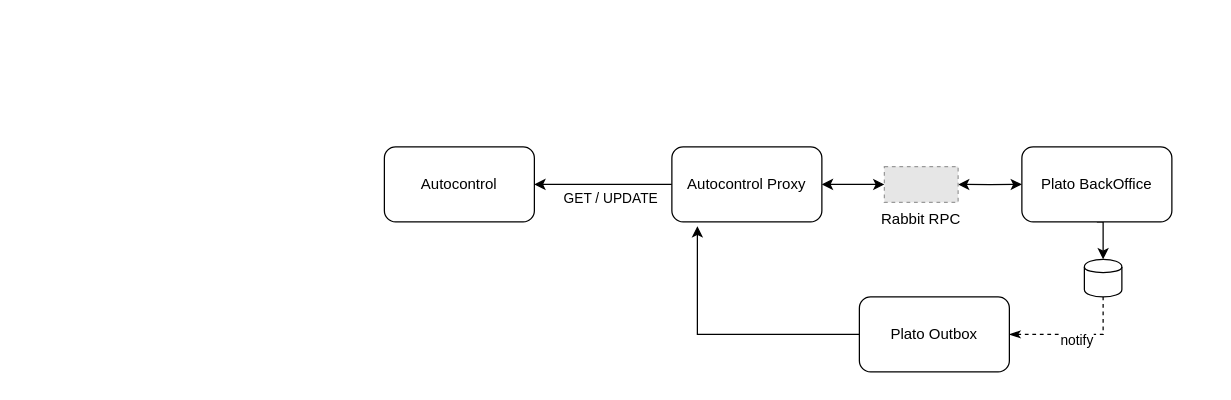
Before: src/docs/asciidoc/architecture/diagrams/MixRPCEvent.drawio in jv-it-io/archi-documentation, a draw.io diagram. Source tidied: cells renumbered, new cells numbered last; positions are measured from the earlier drawing's top-left corner, leaving out a move shared by most shapes. Both pictures are drawn from the tidied source at 125%, with x=0, y=0 at pixel (384, 146). Pictures stored in the file or linked from it are replaced by grey dashed boxes.
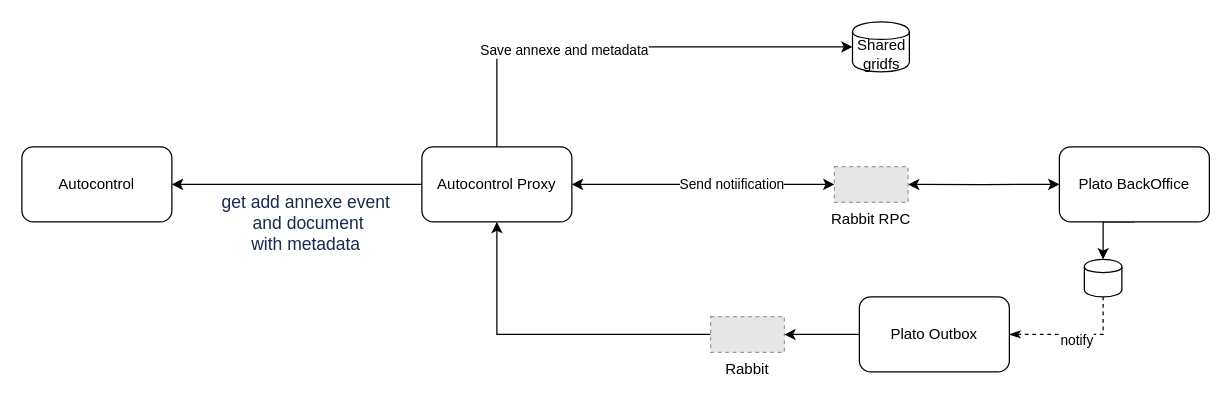
After the change.

The change refers to these unchanged cells:
```xml
<mxCell id="12" value="Plato Outbox" style="rounded=1;whiteSpace=wrap;html=1;" parent="1" vertex="1">
  <mxGeometry x="380" y="120" width="120" height="60" as="geometry" />
</mxCell>
```

The edit, as a diff of the source:
```diff
@@
     <mxCell id="2" value="Autocontrol" style="rounded=1;whiteSpace=wrap;html=1;" parent="1" vertex="1">
-      <mxGeometry width="120" height="60" as="geometry" />
+      <mxGeometry x="-290" width="120" height="60" as="geometry" />
     </mxCell>
-    <mxCell id="3" style="edgeStyle=orthogonalEdgeStyle;rounded=0;jettySize=auto;html=1;exitX=0;exitY=0.5;exitDx=0;exitDy=0;" parent="1" edge="1" source="6">
-      <mxGeometry relative="1" as="geometry">
-        <mxPoint x="120" y="30" as="targetPoint" />
-      </mxGeometry>
+    <mxCell id="3" style="edgeStyle=orthogonalEdgeStyle;rounded=0;jettySize=auto;html=1;exitX=0;exitY=0.5;exitDx=0;exitDy=0;entryX=1;entryY=0.5;entryDx=0;entryDy=0;" parent="1" edge="1" source="6" target="2">
+      <mxGeometry relative="1" as="geometry" />
     </mxCell>
-    <mxCell id="4" value="GET / UPDATE" style="edgeLabel;html=1;align=center;verticalAlign=middle;" parent="3" vertex="1">
+    <mxCell id="4" value="&lt;font color=&quot;#172b4d&quot;&gt;&lt;span style=&quot;font-size: 14px&quot;&gt;get add annexe event&lt;br&gt;&amp;nbsp;and document &lt;br&gt;with metadata&lt;/span&gt;&lt;/font&gt;" style="edgeLabel;html=1;align=center;verticalAlign=middle;" parent="3" vertex="1">
       <mxGeometry x="0.22" y="2" relative="1" as="geometry">
-        <mxPoint x="17" y="8" as="offset" />
+        <mxPoint x="28" y="28" as="offset" />
       </mxGeometry>
     </mxCell>
-    <mxCell id="5" style="edgeStyle=orthogonalEdgeStyle;rounded=0;jettySize=auto;html=1;entryX=0;entryY=0.5;entryDx=0;entryDy=0;startArrow=classic;startFill=1;" parent="1" edge="1" source="6" target="15">
-      <mxGeometry relative="1" as="geometry" />
+    <mxCell id="5" style="edgeStyle=orthogonalEdgeStyle;rounded=0;jettySize=auto;html=1;startArrow=classic;startFill=1;entryX=0;entryY=0.5;entryDx=0;entryDy=0;exitX=1;exitY=0.5;exitDx=0;exitDy=0;" parent="1" edge="1" source="6" target="15">
+      <mxGeometry relative="1" as="geometry">
+        <Array as="points">
+          <mxPoint x="350" y="30" />
+          <mxPoint x="350" y="30" />
+        </Array>
+      </mxGeometry>
     </mxCell>
+    <mxCell id="16" value="Send notiification" style="edgeLabel;html=1;align=center;verticalAlign=middle;" parent="5" vertex="1">
+      <mxGeometry x="0.9" y="73" relative="1" as="geometry">
+        <mxPoint x="-73" y="72" as="offset" />
+      </mxGeometry>
+    </mxCell>
+    <mxCell id="17" style="edgeStyle=orthogonalEdgeStyle;rounded=0;jettySize=auto;html=1;exitX=0.5;exitY=0;exitDx=0;exitDy=0;entryX=0;entryY=0.5;entryDx=0;entryDy=0;" parent="1" edge="1" source="6" target="21">
+      <mxGeometry relative="1" as="geometry" />
+    </mxCell>
+    <mxCell id="18" value="Save annexe and metadata" style="edgeLabel;html=1;align=center;verticalAlign=middle;" parent="17" vertex="1">
+      <mxGeometry x="-0.27" y="-2" relative="1" as="geometry" />
+    </mxCell>
     <mxCell id="6" value="Autocontrol Proxy" style="rounded=1;whiteSpace=wrap;html=1;" parent="1" vertex="1">
-      <mxGeometry x="230" width="120" height="60" as="geometry" />
+      <mxGeometry x="30" width="120" height="60" as="geometry" />
     </mxCell>
@@
     <mxCell id="8" value="Plato BackOffice" style="rounded=1;whiteSpace=wrap;html=1;" parent="1" vertex="1">
-      <mxGeometry x="510" width="120" height="60" as="geometry" />
+      <mxGeometry x="540" width="120" height="60" as="geometry" />
     </mxCell>
@@
-    <mxCell id="11" style="edgeStyle=orthogonalEdgeStyle;rounded=0;jettySize=auto;html=1;entryX=0.17;entryY=1.057;entryDx=0;entryDy=0;entryPerimeter=0;" parent="1" edge="1" source="12" target="6">
+    <mxCell id="11" style="edgeStyle=orthogonalEdgeStyle;rounded=0;jettySize=auto;html=1;entryX=1;entryY=0.5;entryDx=0;entryDy=0;" parent="1" edge="1" source="12" target="20">
       <mxGeometry relative="1" as="geometry" />
     </mxCell>
@@
     <mxCell id="15" value="Rabbit RPC" style="fillColor=#E6E6E6;strokeColor=#999999;dashed=1;verticalLabelPosition=bottom;labelBackgroundColor=#ffffff;verticalAlign=top;" parent="1" vertex="1">
-      <mxGeometry x="400" y="15.7" width="59" height="28.7" as="geometry" />
+      <mxGeometry x="360" y="15.7" width="59" height="28.7" as="geometry" />
     </mxCell>
+    <mxCell id="19" style="edgeStyle=orthogonalEdgeStyle;rounded=0;jettySize=auto;html=1;entryX=0.5;entryY=1;entryDx=0;entryDy=0;" parent="1" edge="1" source="20" target="6">
+      <mxGeometry relative="1" as="geometry" />
+    </mxCell>
+    <mxCell id="20" value="Rabbit" style="fillColor=#E6E6E6;strokeColor=#999999;dashed=1;verticalLabelPosition=bottom;labelBackgroundColor=#ffffff;verticalAlign=top;" parent="1" vertex="1">
+      <mxGeometry x="261" y="135.7" width="59" height="28.7" as="geometry" />
+    </mxCell>
+    <mxCell id="21" value="Shared gridfs" style="shape=cylinder;whiteSpace=wrap;html=1;boundedLbl=1;backgroundOutline=1;" parent="1" vertex="1">
+      <mxGeometry x="374.5" y="-100" width="45.5" height="40" as="geometry" />
+    </mxCell>
```
